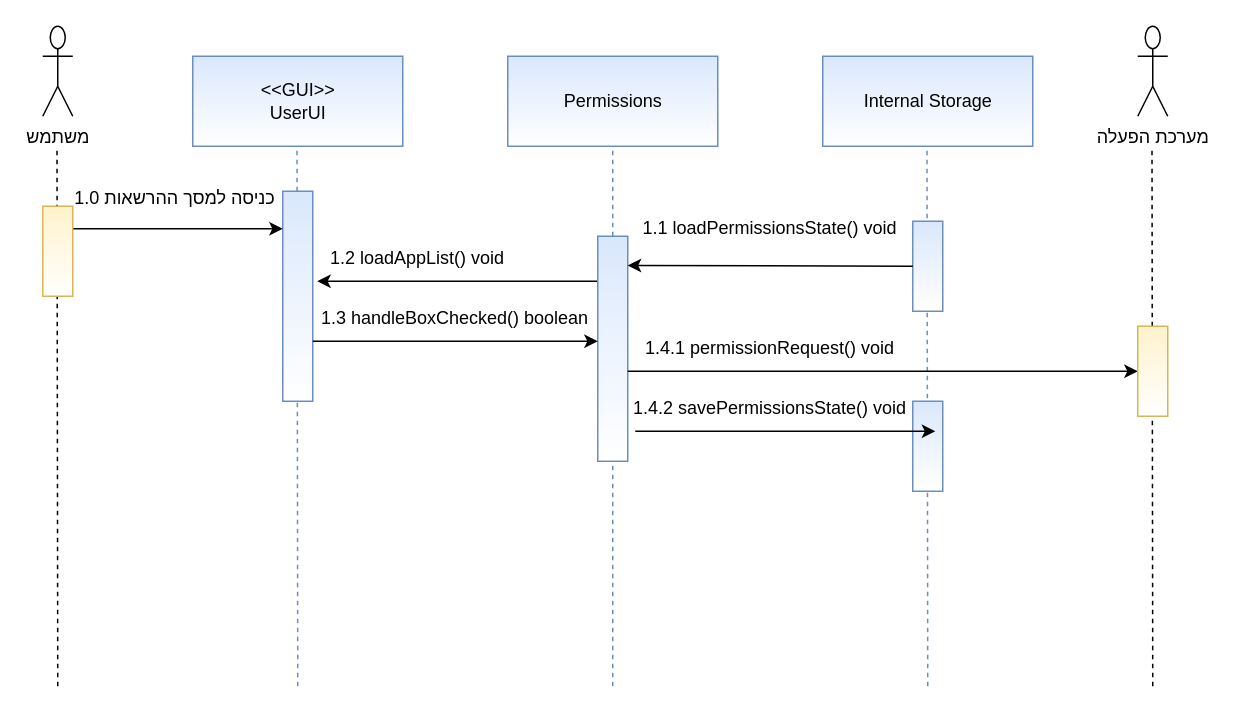
Above: SDD/Components sequence diagrams/Permission_manager.drawio in devmf027/CyberWall (draw.io), before the change. Source tidied: cells renumbered, new cells numbered last; positions are measured from the earlier drawing's top-left corner, leaving out a move shared by most shapes. Both pictures are drawn from the tidied source at 150%, with x=0, y=0 at pixel (42, 26).
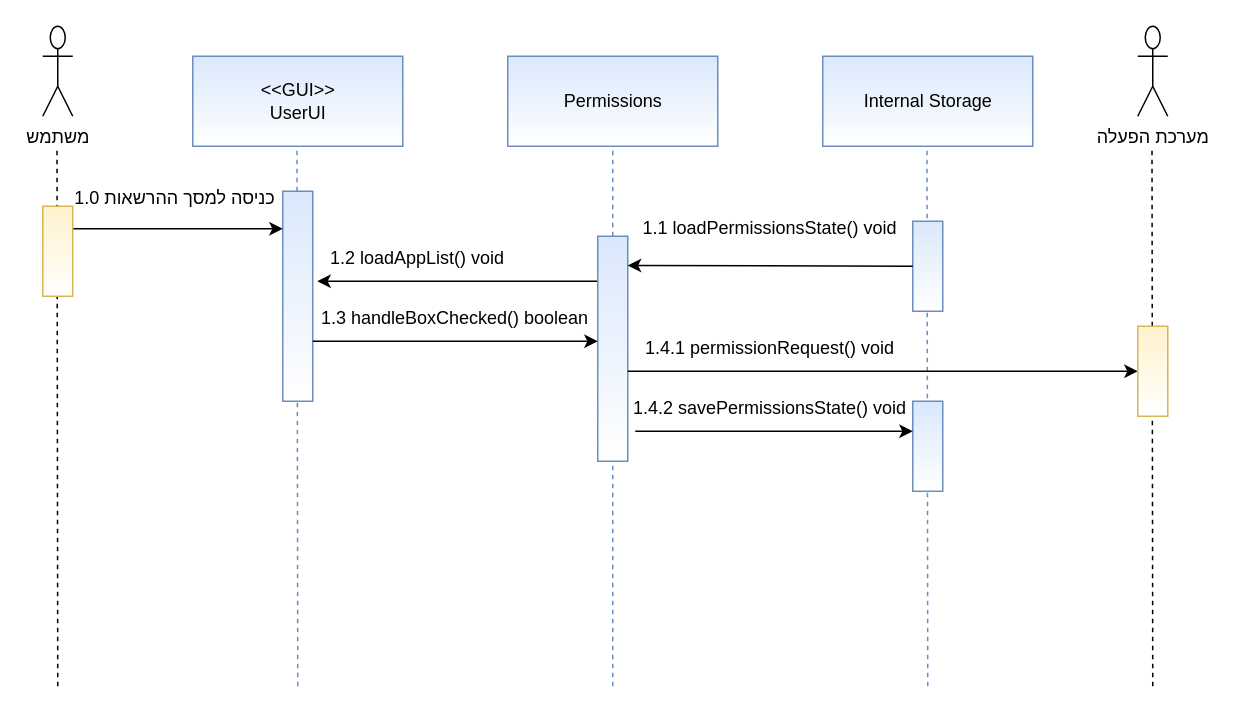
After the change.

Unchanged cells that the change refers to:
```xml
<mxCell id="25" value="1.4.2 savePermissionsState() void" style="text;html=1;strokeColor=none;fillColor=none;align=center;verticalAlign=middle;whiteSpace=wrap;rounded=0;" parent="1" vertex="1">
  <mxGeometry x="390" y="240" width="190" height="30" as="geometry" />
</mxCell>
```

Change to the diagram source:
```diff
@@
-    <mxCell id="24" style="endArrow=classic;html=1;rounded=0;strokeColor=#000000;exitX=1;exitY=0.25;exitDx=0;exitDy=0;" parent="1" edge="1">
+    <mxCell id="24" style="endArrow=classic;html=1;rounded=0;strokeColor=#000000;exitX=1;exitY=0.25;exitDx=0;exitDy=0;entryX=1;entryY=1;entryDx=0;entryDy=0;" parent="1" edge="1" target="25">
       <mxGeometry relative="1" as="geometry">
         <mxPoint x="395" y="270" as="sourcePoint" />
-        <mxPoint x="595" y="270" as="targetPoint" />
       </mxGeometry>
     </mxCell>
```
